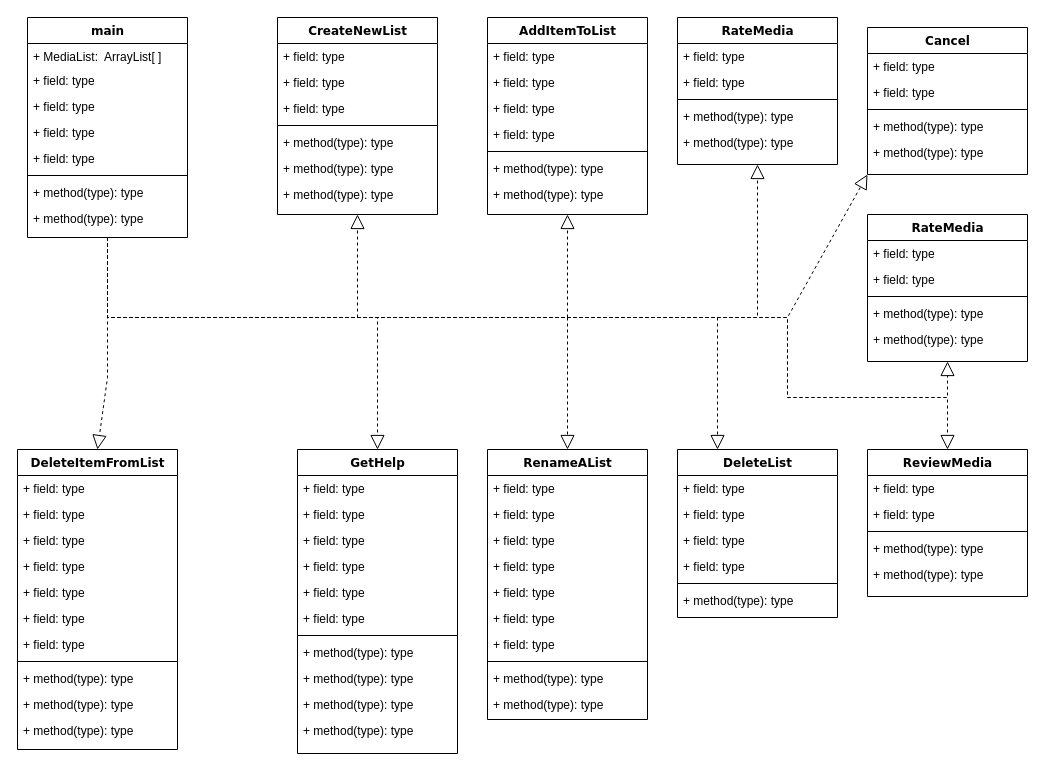
Above: Documents/class_diagram.drawio in khoskins2/MyMovieList (draw.io), before the change. Source tidied: cells renumbered, new cells numbered last; positions are measured from the earlier drawing's top-left corner, leaving out a move shared by most shapes. Both pictures are drawn from the tidied source at 100%, with x=0, y=0 at pixel (17, 17).
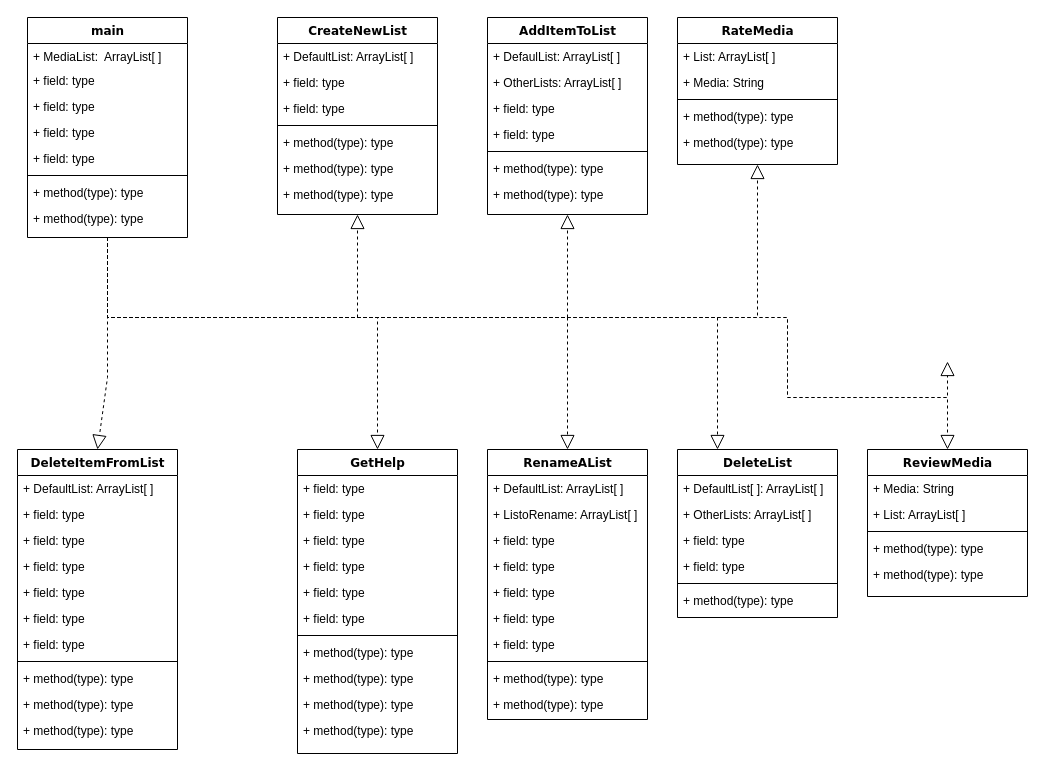
Above is the later version.

Commit message:
Updated class diagram - not done

The change refers to these unchanged cells:
```xml
<mxCell id="11" value="CreateNewList" style="swimlane;html=1;fontStyle=1;align=center;verticalAlign=top;horizontal=1;startSize=26;swimlaneFillColor=#ffffff;rounded=0;shadow=0;comic=0;labelBackgroundColor=none;strokeWidth=1;fillColor=none;fontFamily=Verdana;fontSize=12;" parent="1" vertex="1">
  <mxGeometry x="260" width="160" height="197" as="geometry" />
</mxCell>
<mxCell id="19" value="AddItemToList" style="swimlane;html=1;fontStyle=1;align=center;verticalAlign=top;horizontal=1;startSize=26;swimlaneFillColor=#ffffff;rounded=0;shadow=0;comic=0;labelBackgroundColor=none;strokeWidth=1;fillColor=none;fontFamily=Verdana;fontSize=12;" parent="1" vertex="1">
  <mxGeometry x="470" width="160" height="197" as="geometry" />
</mxCell>
<mxCell id="27" value="DeleteItemFromList" style="swimlane;html=1;fontStyle=1;align=center;verticalAlign=top;horizontal=1;startSize=26;swimlaneFillColor=#ffffff;rounded=0;shadow=0;comic=0;labelBackgroundColor=none;strokeWidth=1;fillColor=none;fontFamily=Verdana;fontSize=12;" parent="1" vertex="1">
  <mxGeometry y="432" width="160" height="300" as="geometry" />
</mxCell>
<mxCell id="51" value="RenameAList" style="swimlane;html=1;fontStyle=1;align=center;verticalAlign=top;horizontal=1;startSize=26;swimlaneFillColor=#ffffff;rounded=0;shadow=0;comic=0;labelBackgroundColor=none;strokeWidth=1;fillColor=none;fontFamily=Verdana;fontSize=12;" parent="1" vertex="1">
  <mxGeometry x="470" y="432" width="160" height="270" as="geometry" />
</mxCell>
<mxCell id="62" value="DeleteList" style="swimlane;html=1;fontStyle=1;align=center;verticalAlign=top;horizontal=1;startSize=26;swimlaneFillColor=#ffffff;rounded=0;shadow=0;comic=0;labelBackgroundColor=none;strokeWidth=1;fillColor=none;fontFamily=Verdana;fontSize=12;" parent="1" vertex="1">
  <mxGeometry x="660" y="432" width="160" height="168" as="geometry" />
</mxCell>
<mxCell id="69" value="RateMedia" style="swimlane;html=1;fontStyle=1;align=center;verticalAlign=top;horizontal=1;startSize=26;swimlaneFillColor=#ffffff;rounded=0;shadow=0;comic=0;labelBackgroundColor=none;strokeWidth=1;fillColor=none;fontFamily=Verdana;fontSize=12;" parent="1" vertex="1">
  <mxGeometry x="660" width="160" height="147" as="geometry" />
</mxCell>
<mxCell id="75" value="ReviewMedia" style="swimlane;html=1;fontStyle=1;align=center;verticalAlign=top;horizontal=1;startSize=26;swimlaneFillColor=#ffffff;rounded=0;shadow=0;comic=0;labelBackgroundColor=none;strokeWidth=1;fillColor=none;fontFamily=Verdana;fontSize=12;" parent="1" vertex="1">
  <mxGeometry x="850" y="432" width="160" height="147" as="geometry" />
</mxCell>
```

Diff of the diagram source:
```diff
@@
-    <mxCell id="12" value="+ field: type" style="text;html=1;strokeColor=none;fillColor=none;align=left;verticalAlign=top;spacingLeft=4;spacingRight=4;whiteSpace=wrap;overflow=hidden;" parent="11" vertex="1">
+    <mxCell id="12" value="+ DefaultList: ArrayList[ ]" style="text;html=1;strokeColor=none;fillColor=none;align=left;verticalAlign=top;spacingLeft=4;spacingRight=4;whiteSpace=wrap;overflow=hidden;" parent="11" vertex="1">
       <mxGeometry y="26" width="160" height="26" as="geometry" />
     </mxCell>
@@
-    <mxCell id="20" value="+ field: type" style="text;html=1;strokeColor=none;fillColor=none;align=left;verticalAlign=top;spacingLeft=4;spacingRight=4;whiteSpace=wrap;overflow=hidden;" parent="19" vertex="1">
+    <mxCell id="20" value="+ DefaulList: ArrayList[ ]" style="text;html=1;strokeColor=none;fillColor=none;align=left;verticalAlign=top;spacingLeft=4;spacingRight=4;whiteSpace=wrap;overflow=hidden;" parent="19" vertex="1">
       <mxGeometry y="26" width="160" height="26" as="geometry" />
     </mxCell>
-    <mxCell id="21" value="+ field: type" style="text;html=1;strokeColor=none;fillColor=none;align=left;verticalAlign=top;spacingLeft=4;spacingRight=4;whiteSpace=wrap;overflow=hidden;" parent="19" vertex="1">
+    <mxCell id="21" value="+ OtherLists: ArrayList[ ]" style="text;html=1;strokeColor=none;fillColor=none;align=left;verticalAlign=top;spacingLeft=4;spacingRight=4;whiteSpace=wrap;overflow=hidden;" parent="19" vertex="1">
       <mxGeometry y="52" width="160" height="26" as="geometry" />
     </mxCell>
@@
-    <mxCell id="28" value="+ field: type" style="text;html=1;strokeColor=none;fillColor=none;align=left;verticalAlign=top;spacingLeft=4;spacingRight=4;whiteSpace=wrap;overflow=hidden;" parent="27" vertex="1">
+    <mxCell id="28" value="+ DefaultList: ArrayList[ ]" style="text;html=1;strokeColor=none;fillColor=none;align=left;verticalAlign=top;spacingLeft=4;spacingRight=4;whiteSpace=wrap;overflow=hidden;" parent="27" vertex="1">
       <mxGeometry y="26" width="160" height="26" as="geometry" />
     </mxCell>
@@
-    <mxCell id="52" value="+ field: type" style="text;html=1;strokeColor=none;fillColor=none;align=left;verticalAlign=top;spacingLeft=4;spacingRight=4;whiteSpace=wrap;overflow=hidden;" parent="51" vertex="1">
+    <mxCell id="52" value="+ DefaultList: ArrayList[ ]" style="text;html=1;strokeColor=none;fillColor=none;align=left;verticalAlign=top;spacingLeft=4;spacingRight=4;whiteSpace=wrap;overflow=hidden;" parent="51" vertex="1">
       <mxGeometry y="26" width="160" height="26" as="geometry" />
     </mxCell>
-    <mxCell id="53" value="+ field: type" style="text;html=1;strokeColor=none;fillColor=none;align=left;verticalAlign=top;spacingLeft=4;spacingRight=4;whiteSpace=wrap;overflow=hidden;" parent="51" vertex="1">
+    <mxCell id="53" value="+ ListoRename: ArrayList[ ]" style="text;html=1;strokeColor=none;fillColor=none;align=left;verticalAlign=top;spacingLeft=4;spacingRight=4;whiteSpace=wrap;overflow=hidden;" parent="51" vertex="1">
       <mxGeometry y="52" width="160" height="26" as="geometry" />
     </mxCell>
@@
-    <mxCell id="63" value="+ field: type" style="text;html=1;strokeColor=none;fillColor=none;align=left;verticalAlign=top;spacingLeft=4;spacingRight=4;whiteSpace=wrap;overflow=hidden;" parent="62" vertex="1">
+    <mxCell id="63" value="+ DefaultList[ ]: ArrayList[ ]" style="text;html=1;strokeColor=none;fillColor=none;align=left;verticalAlign=top;spacingLeft=4;spacingRight=4;whiteSpace=wrap;overflow=hidden;" parent="62" vertex="1">
       <mxGeometry y="26" width="160" height="26" as="geometry" />
     </mxCell>
-    <mxCell id="64" value="+ field: type" style="text;html=1;strokeColor=none;fillColor=none;align=left;verticalAlign=top;spacingLeft=4;spacingRight=4;whiteSpace=wrap;overflow=hidden;" parent="62" vertex="1">
+    <mxCell id="64" value="+ OtherLists: ArrayList[ ]" style="text;html=1;strokeColor=none;fillColor=none;align=left;verticalAlign=top;spacingLeft=4;spacingRight=4;whiteSpace=wrap;overflow=hidden;" parent="62" vertex="1">
       <mxGeometry y="52" width="160" height="26" as="geometry" />
     </mxCell>
@@
-    <mxCell id="70" value="+ field: type" style="text;html=1;strokeColor=none;fillColor=none;align=left;verticalAlign=top;spacingLeft=4;spacingRight=4;whiteSpace=wrap;overflow=hidden;" parent="69" vertex="1">
+    <mxCell id="70" value="+ List: ArrayList[ ]" style="text;html=1;strokeColor=none;fillColor=none;align=left;verticalAlign=top;spacingLeft=4;spacingRight=4;whiteSpace=wrap;overflow=hidden;" parent="69" vertex="1">
       <mxGeometry y="26" width="160" height="26" as="geometry" />
     </mxCell>
-    <mxCell id="71" value="+ field: type" style="text;html=1;strokeColor=none;fillColor=none;align=left;verticalAlign=top;spacingLeft=4;spacingRight=4;whiteSpace=wrap;overflow=hidden;" parent="69" vertex="1">
+    <mxCell id="71" value="+ Media: String" style="text;html=1;strokeColor=none;fillColor=none;align=left;verticalAlign=top;spacingLeft=4;spacingRight=4;whiteSpace=wrap;overflow=hidden;" parent="69" vertex="1">
       <mxGeometry y="52" width="160" height="26" as="geometry" />
     </mxCell>
@@
-    <mxCell id="76" value="+ field: type" style="text;html=1;strokeColor=none;fillColor=none;align=left;verticalAlign=top;spacingLeft=4;spacingRight=4;whiteSpace=wrap;overflow=hidden;" parent="75" vertex="1">
+    <mxCell id="76" value="+ Media: String" style="text;html=1;strokeColor=none;fillColor=none;align=left;verticalAlign=top;spacingLeft=4;spacingRight=4;whiteSpace=wrap;overflow=hidden;" parent="75" vertex="1">
       <mxGeometry y="26" width="160" height="26" as="geometry" />
     </mxCell>
-    <mxCell id="77" value="+ field: type" style="text;html=1;strokeColor=none;fillColor=none;align=left;verticalAlign=top;spacingLeft=4;spacingRight=4;whiteSpace=wrap;overflow=hidden;" parent="75" vertex="1">
+    <mxCell id="77" value="+ List: ArrayList[ ]" style="text;html=1;strokeColor=none;fillColor=none;align=left;verticalAlign=top;spacingLeft=4;spacingRight=4;whiteSpace=wrap;overflow=hidden;" parent="75" vertex="1">
       <mxGeometry y="52" width="160" height="26" as="geometry" />
     </mxCell>
@@
-    <mxCell id="81" value="Cancel" style="swimlane;html=1;fontStyle=1;align=center;verticalAlign=top;horizontal=1;startSize=26;swimlaneFillColor=#ffffff;rounded=0;shadow=0;comic=0;labelBackgroundColor=none;strokeWidth=1;fillColor=none;fontFamily=Verdana;fontSize=12;" parent="1" vertex="1">
-      <mxGeometry x="850" y="10" width="160" height="147" as="geometry" />
-    </mxCell>
-    <mxCell id="82" value="+ field: type" style="text;html=1;strokeColor=none;fillColor=none;align=left;verticalAlign=top;spacingLeft=4;spacingRight=4;whiteSpace=wrap;overflow=hidden;" parent="81" vertex="1">
-      <mxGeometry y="26" width="160" height="26" as="geometry" />
-    </mxCell>
-    <mxCell id="83" value="+ field: type" style="text;html=1;strokeColor=none;fillColor=none;align=left;verticalAlign=top;spacingLeft=4;spacingRight=4;whiteSpace=wrap;overflow=hidden;" parent="81" vertex="1">
-      <mxGeometry y="52" width="160" height="26" as="geometry" />
-    </mxCell>
-    <mxCell id="84" style="line;html=1;strokeWidth=1;fillColor=none;align=left;verticalAlign=middle;spacingTop=-1;spacingLeft=3;spacingRight=3;labelPosition=right;" parent="81" vertex="1">
-      <mxGeometry y="78" width="160" height="8" as="geometry" />
-    </mxCell>
-    <mxCell id="85" value="+ method(type): type" style="text;html=1;strokeColor=none;fillColor=none;align=left;verticalAlign=top;spacingLeft=4;spacingRight=4;whiteSpace=wrap;overflow=hidden;" parent="81" vertex="1">
-      <mxGeometry y="86" width="160" height="26" as="geometry" />
-    </mxCell>
-    <mxCell id="86" value="+ method(type): type" style="text;html=1;strokeColor=none;fillColor=none;align=left;verticalAlign=top;spacingLeft=4;spacingRight=4;whiteSpace=wrap;overflow=hidden;" parent="81" vertex="1">
-      <mxGeometry y="112" width="160" height="26" as="geometry" />
-    </mxCell>
-    <mxCell id="87" value="RateMedia" style="swimlane;html=1;fontStyle=1;align=center;verticalAlign=top;horizontal=1;startSize=26;swimlaneFillColor=#ffffff;rounded=0;shadow=0;comic=0;labelBackgroundColor=none;strokeWidth=1;fillColor=none;fontFamily=Verdana;fontSize=12;" parent="1" vertex="1">
-      <mxGeometry x="850" y="197" width="160" height="147" as="geometry" />
-    </mxCell>
-    <mxCell id="88" value="+ field: type" style="text;html=1;strokeColor=none;fillColor=none;align=left;verticalAlign=top;spacingLeft=4;spacingRight=4;whiteSpace=wrap;overflow=hidden;" parent="87" vertex="1">
-      <mxGeometry y="26" width="160" height="26" as="geometry" />
-    </mxCell>
-    <mxCell id="89" value="+ field: type" style="text;html=1;strokeColor=none;fillColor=none;align=left;verticalAlign=top;spacingLeft=4;spacingRight=4;whiteSpace=wrap;overflow=hidden;" parent="87" vertex="1">
-      <mxGeometry y="52" width="160" height="26" as="geometry" />
-    </mxCell>
-    <mxCell id="90" style="line;html=1;strokeWidth=1;fillColor=none;align=left;verticalAlign=middle;spacingTop=-1;spacingLeft=3;spacingRight=3;labelPosition=right;" parent="87" vertex="1">
-      <mxGeometry y="78" width="160" height="8" as="geometry" />
-    </mxCell>
-    <mxCell id="91" value="+ method(type): type" style="text;html=1;strokeColor=none;fillColor=none;align=left;verticalAlign=top;spacingLeft=4;spacingRight=4;whiteSpace=wrap;overflow=hidden;" parent="87" vertex="1">
-      <mxGeometry y="86" width="160" height="26" as="geometry" />
-    </mxCell>
-    <mxCell id="92" value="+ method(type): type" style="text;html=1;strokeColor=none;fillColor=none;align=left;verticalAlign=top;spacingLeft=4;spacingRight=4;whiteSpace=wrap;overflow=hidden;" parent="87" vertex="1">
-      <mxGeometry y="112" width="160" height="26" as="geometry" />
-    </mxCell>
@@
-    <mxCell id="99" style="endArrow=block;dashed=1;endFill=0;endSize=12;html=1;rounded=0;entryX=0.5;entryY=1;entryDx=0;entryDy=0;" parent="1" edge="1" target="87">
+    <mxCell id="99" style="endArrow=block;dashed=1;endFill=0;endSize=12;html=1;rounded=0;entryX=0.5;entryY=1;entryDx=0;entryDy=0;" parent="1" edge="1">
       <mxGeometry relative="1" as="geometry">
         <mxPoint x="90" y="220" as="sourcePoint" />
+        <mxPoint x="930" y="344" as="targetPoint" />
         <Array as="points">
           <mxPoint x="90" y="300" />
           <mxPoint x="770" y="300" />
           <mxPoint x="770" y="380" />
           <mxPoint x="930" y="380" />
         </Array>
       </mxGeometry>
     </mxCell>
@@
-    <mxCell id="102" style="endArrow=block;dashed=1;endFill=0;endSize=12;html=1;rounded=0;entryX=0;entryY=1;entryDx=0;entryDy=0;" parent="1" edge="1" target="81">
-      <mxGeometry relative="1" as="geometry">
-        <mxPoint x="90" y="220" as="sourcePoint" />
-        <Array as="points">
-          <mxPoint x="90" y="300" />
-          <mxPoint x="770" y="300" />
-        </Array>
-      </mxGeometry>
-    </mxCell>
```
